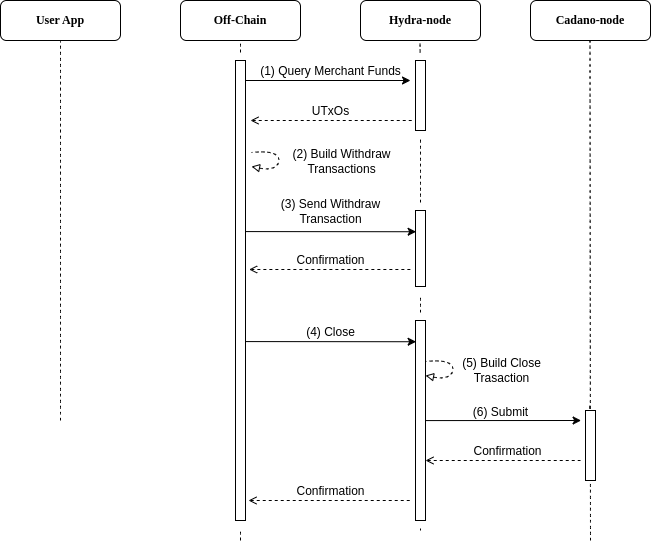
Earlier version of the draw.io export doc/img/diagram-close-head.png (blazarlabs-io/blazar-hydra). Source tidied: cells renumbered, new cells last; positions are measured from the earlier drawing's top-left corner, leaving out a move shared by most shapes.
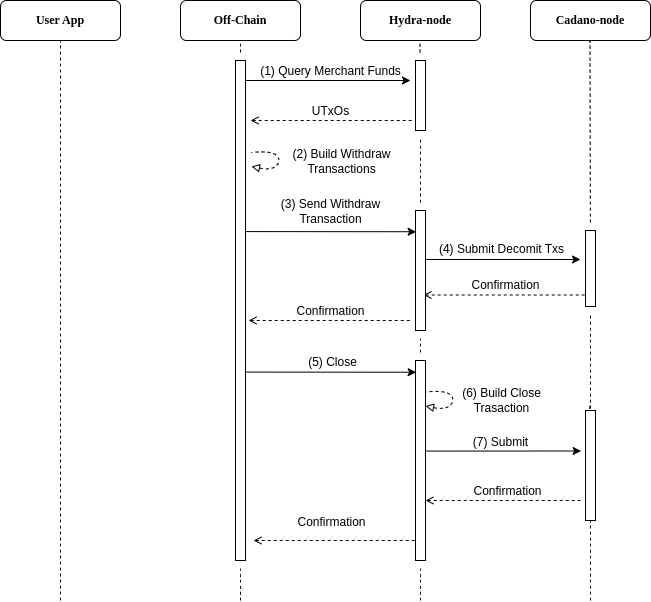
After the change.

Commit message:
Updates close head operation

What changed in the source:
```diff
@@ -2,9 +2,14 @@
   <root>
     <mxCell id="0" />
     <mxCell id="1" parent="0" />
+    <mxCell id="40" style="endArrow=none;dashed=1;html=1;rounded=0;startSize=14;endSize=14;sourcePerimeterSpacing=8;targetPerimeterSpacing=8;curved=1;" parent="1" edge="1" target="42">
+      <mxGeometry relative="1" as="geometry">
+        <mxPoint x="590" y="600" as="sourcePoint" />
+      </mxGeometry>
+    </mxCell>
     <mxCell id="2" style="endArrow=none;dashed=1;html=1;rounded=0;startSize=14;endSize=14;sourcePerimeterSpacing=8;targetPerimeterSpacing=8;curved=1;" parent="1" edge="1">
       <mxGeometry relative="1" as="geometry">
-        <mxPoint x="60" y="420" as="sourcePoint" />
+        <mxPoint x="60" y="600" as="sourcePoint" />
         <mxPoint x="60" y="40" as="targetPoint" />
       </mxGeometry>
     </mxCell>
@@ -27,9 +32,8 @@
     <mxCell id="7" value="&lt;font face=&quot;Lucida Console&quot;&gt;&lt;b&gt;Hydra-node&lt;/b&gt;&lt;br&gt;&lt;/font&gt;" style="rounded=1;whiteSpace=wrap;html=1;" parent="1" vertex="1">
       <mxGeometry x="360" width="120" height="40" as="geometry" />
     </mxCell>
-    <mxCell id="8" style="endArrow=none;dashed=1;html=1;rounded=0;startSize=14;endSize=14;sourcePerimeterSpacing=8;targetPerimeterSpacing=8;curved=1;" parent="1" edge="1">
+    <mxCell id="8" style="endArrow=none;dashed=1;html=1;rounded=0;startSize=14;endSize=14;sourcePerimeterSpacing=8;targetPerimeterSpacing=8;curved=1;" parent="1" edge="1" source="42">
       <mxGeometry relative="1" as="geometry">
-        <mxPoint x="590" y="540" as="sourcePoint" />
         <mxPoint x="589.5" y="40" as="targetPoint" />
       </mxGeometry>
     </mxCell>
@@ -38,11 +42,11 @@
     </mxCell>
     <mxCell id="10" style="endArrow=none;dashed=1;html=1;rounded=0;startSize=14;endSize=14;sourcePerimeterSpacing=8;targetPerimeterSpacing=8;curved=1;" parent="1" edge="1" target="11">
       <mxGeometry relative="1" as="geometry">
-        <mxPoint x="240" y="540" as="sourcePoint" />
+        <mxPoint x="240" y="600" as="sourcePoint" />
       </mxGeometry>
     </mxCell>
     <mxCell id="11" style="rounded=0;whiteSpace=wrap;html=1;" parent="1" vertex="1">
-      <mxGeometry x="235" y="60" width="10" height="460" as="geometry" />
+      <mxGeometry x="235" y="60" width="10" height="500" as="geometry" />
     </mxCell>
     <mxCell id="12" style="endArrow=none;dashed=1;html=1;rounded=0;startSize=14;endSize=14;sourcePerimeterSpacing=8;targetPerimeterSpacing=8;curved=1;" parent="1" edge="1" source="25" target="13">
       <mxGeometry relative="1" as="geometry" />
@@ -93,46 +97,48 @@
     </mxCell>
     <mxCell id="22" style="endArrow=none;html=1;rounded=0;entryX=0.2;entryY=0.071;entryDx=0;entryDy=0;entryPerimeter=0;startArrow=open;startFill=0;endFill=0;dashed=1;" parent="1" edge="1">
       <mxGeometry relative="1" as="geometry">
-        <mxPoint x="248.6" y="269" as="sourcePoint" />
-        <mxPoint x="410.6" y="269" as="targetPoint" />
+        <mxPoint x="423" y="294.5" as="sourcePoint" />
+        <mxPoint x="585" y="294.5" as="targetPoint" />
       </mxGeometry>
     </mxCell>
     <mxCell id="23" value="&lt;font face=&quot;Helvetica&quot; style=&quot;font-size: 12px;&quot;&gt;Confirmation&lt;/font&gt;" style="edgeLabel;html=1;align=center;verticalAlign=middle;" parent="1" vertex="1">
-      <mxGeometry x="329.6" y="259" as="geometry" />
+      <mxGeometry x="504" y="284.5" as="geometry" />
     </mxCell>
     <mxCell id="24" style="endArrow=none;dashed=1;html=1;rounded=0;startSize=14;endSize=14;sourcePerimeterSpacing=8;targetPerimeterSpacing=8;curved=1;" parent="1" edge="1" source="27" target="25">
       <mxGeometry relative="1" as="geometry" />
     </mxCell>
     <mxCell id="25" style="rounded=0;whiteSpace=wrap;html=1;" parent="1" vertex="1">
-      <mxGeometry x="415" y="210" width="10" height="76" as="geometry" />
+      <mxGeometry x="415" y="210" width="10" height="120" as="geometry" />
     </mxCell>
     <mxCell id="26" style="endArrow=none;dashed=1;html=1;rounded=0;startSize=14;endSize=14;sourcePerimeterSpacing=8;targetPerimeterSpacing=8;curved=1;" parent="1" edge="1" target="27">
       <mxGeometry relative="1" as="geometry">
-        <mxPoint x="420" y="530" as="sourcePoint" />
+        <mxPoint x="420" y="600" as="sourcePoint" />
       </mxGeometry>
     </mxCell>
     <mxCell id="27" style="rounded=0;whiteSpace=wrap;html=1;" parent="1" vertex="1">
-      <mxGeometry x="415" y="320" width="10" height="200" as="geometry" />
+      <mxGeometry x="415" y="360" width="10" height="200" as="geometry" />
     </mxCell>
     <mxCell id="28" style="endArrow=classic;html=1;rounded=0;exitX=0.938;exitY=0.618;exitDx=0;exitDy=0;exitPerimeter=0;" parent="1" edge="1">
       <mxGeometry relative="1" as="geometry">
-        <mxPoint x="245" y="341.1" as="sourcePoint" />
-        <mxPoint x="415.6" y="341.2" as="targetPoint" />
+        <mxPoint x="245" y="371.6" as="sourcePoint" />
+        <mxPoint x="415.6" y="371.7" as="targetPoint" />
       </mxGeometry>
     </mxCell>
-    <mxCell id="29" value="&lt;span style=&quot;font-size: 12px;&quot;&gt;(4) Close&lt;/span&gt;" style="edgeLabel;html=1;align=center;verticalAlign=middle;" parent="1" vertex="1">
-      <mxGeometry x="336" y="338" as="geometry">
-        <mxPoint x="-7" y="-7" as="offset" />
+    <mxCell id="29" value="&lt;span style=&quot;font-size: 12px;&quot;&gt;(5) Close&lt;/span&gt;" style="edgeLabel;html=1;align=center;verticalAlign=middle;" parent="1" vertex="1">
+      <mxGeometry x="336" y="368.5" as="geometry">
+        <mxPoint x="-5" y="-7" as="offset" />
       </mxGeometry>
     </mxCell>
     <mxCell id="30" style="endArrow=none;html=1;rounded=0;entryX=0.2;entryY=0.071;entryDx=0;entryDy=0;entryPerimeter=0;startArrow=open;startFill=0;endFill=0;dashed=1;" parent="1" edge="1">
       <mxGeometry relative="1" as="geometry">
-        <mxPoint x="248" y="500" as="sourcePoint" />
-        <mxPoint x="410" y="500" as="targetPoint" />
+        <mxPoint x="253" y="540" as="sourcePoint" />
+        <mxPoint x="415" y="540" as="targetPoint" />
       </mxGeometry>
     </mxCell>
     <mxCell id="31" value="&lt;font face=&quot;Helvetica&quot; style=&quot;font-size: 12px;&quot;&gt;Confirmation&lt;/font&gt;" style="edgeLabel;html=1;align=center;verticalAlign=middle;" parent="1" vertex="1">
-      <mxGeometry x="329" y="490" as="geometry" />
+      <mxGeometry x="340" y="570" as="geometry">
+        <mxPoint x="-10" y="-49" as="offset" />
+      </mxGeometry>
     </mxCell>
     <mxCell id="32" style="endArrow=none;dashed=1;html=1;rounded=0;startSize=14;endSize=14;sourcePerimeterSpacing=8;targetPerimeterSpacing=8;curved=1;" parent="1" edge="1" target="33">
       <mxGeometry relative="1" as="geometry">
@@ -140,41 +146,62 @@
       </mxGeometry>
     </mxCell>
     <mxCell id="33" style="rounded=0;whiteSpace=wrap;html=1;" parent="1" vertex="1">
-      <mxGeometry x="585" y="410" width="10" height="70" as="geometry" />
+      <mxGeometry x="585" y="410" width="10" height="110" as="geometry" />
     </mxCell>
     <mxCell id="34" style="endArrow=classic;html=1;rounded=0;exitX=0.938;exitY=0.618;exitDx=0;exitDy=0;exitPerimeter=0;" parent="1" edge="1">
       <mxGeometry relative="1" as="geometry">
-        <mxPoint x="425" y="420.1" as="sourcePoint" />
-        <mxPoint x="580.6" y="420" as="targetPoint" />
+        <mxPoint x="425" y="450.6" as="sourcePoint" />
+        <mxPoint x="580.6" y="450.5" as="targetPoint" />
       </mxGeometry>
     </mxCell>
-    <mxCell id="35" value="&lt;span style=&quot;font-size: 12px;&quot;&gt;(6) Submit&lt;/span&gt;" style="edgeLabel;html=1;align=center;verticalAlign=middle;" parent="1" vertex="1">
-      <mxGeometry x="510" y="410" as="geometry">
+    <mxCell id="35" value="&lt;span style=&quot;font-size: 12px;&quot;&gt;(7) Submit&lt;/span&gt;" style="edgeLabel;html=1;align=center;verticalAlign=middle;" parent="1" vertex="1">
+      <mxGeometry x="510" y="440.5" as="geometry">
         <mxPoint x="-11" y="1" as="offset" />
       </mxGeometry>
     </mxCell>
     <mxCell id="36" style="curved=1;endArrow=none;html=1;rounded=0;startArrow=block;startFill=0;endFill=0;dashed=1;arcSize=1;noJump=1;perimeterSpacing=10;" parent="1" edge="1">
       <mxGeometry relative="1" as="geometry">
-        <mxPoint x="425" y="375" as="sourcePoint" />
-        <mxPoint x="425" y="361" as="targetPoint" />
+        <mxPoint x="425" y="405.5" as="sourcePoint" />
+        <mxPoint x="425" y="391.5" as="targetPoint" />
         <Array as="points">
-          <mxPoint x="445" y="379" />
-          <mxPoint x="455" y="369" />
-          <mxPoint x="445" y="359" />
+          <mxPoint x="445" y="409.5" />
+          <mxPoint x="455" y="399.5" />
+          <mxPoint x="445" y="389.5" />
         </Array>
       </mxGeometry>
     </mxCell>
-    <mxCell id="37" value="&lt;span style=&quot;font-size: 12px;&quot;&gt;(5) Build Close&lt;/span&gt;&lt;div&gt;&lt;span style=&quot;font-size: 12px;&quot;&gt;Trasaction&lt;/span&gt;&lt;/div&gt;" style="edgeLabel;html=1;align=center;verticalAlign=middle;" parent="1" vertex="1">
-      <mxGeometry x="500" y="369" as="geometry" />
+    <mxCell id="37" value="&lt;span style=&quot;font-size: 12px;&quot;&gt;(6) Build Close&lt;/span&gt;&lt;div&gt;&lt;span style=&quot;font-size: 12px;&quot;&gt;Trasaction&lt;/span&gt;&lt;/div&gt;" style="edgeLabel;html=1;align=center;verticalAlign=middle;" parent="1" vertex="1">
+      <mxGeometry x="500" y="399.5" as="geometry" />
     </mxCell>
     <mxCell id="38" style="endArrow=none;html=1;rounded=0;startArrow=open;startFill=0;endFill=0;dashed=1;" parent="1" edge="1">
       <mxGeometry relative="1" as="geometry">
-        <mxPoint x="425" y="460" as="sourcePoint" />
-        <mxPoint x="580" y="460" as="targetPoint" />
+        <mxPoint x="425" y="500" as="sourcePoint" />
+        <mxPoint x="580" y="500" as="targetPoint" />
       </mxGeometry>
     </mxCell>
     <mxCell id="39" value="&lt;font face=&quot;Helvetica&quot; style=&quot;font-size: 12px;&quot;&gt;Confirmation&lt;/font&gt;" style="edgeLabel;html=1;align=center;verticalAlign=middle;" parent="1" vertex="1">
-      <mxGeometry x="506" y="450" as="geometry" />
+      <mxGeometry x="506" y="490" as="geometry" />
     </mxCell>
+    <mxCell id="41" style="endArrow=classic;html=1;rounded=0;exitX=0.938;exitY=0.618;exitDx=0;exitDy=0;exitPerimeter=0;" parent="1" edge="1">
+      <mxGeometry relative="1" as="geometry">
+        <mxPoint x="425" y="259" as="sourcePoint" />
+        <mxPoint x="580" y="259" as="targetPoint" />
+      </mxGeometry>
+    </mxCell>
+    <mxCell id="42" style="rounded=0;whiteSpace=wrap;html=1;" parent="1" vertex="1">
+      <mxGeometry x="585" y="230" width="10" height="76" as="geometry" />
+    </mxCell>
+    <mxCell id="43" value="&lt;span style=&quot;font-size: 12px;&quot;&gt;(4) Submit Decomit Txs&lt;/span&gt;" style="edgeLabel;html=1;align=center;verticalAlign=middle;" parent="1" vertex="1">
+      <mxGeometry x="500" y="248" as="geometry" />
+    </mxCell>
+    <mxCell id="44" style="endArrow=none;html=1;rounded=0;entryX=0.2;entryY=0.071;entryDx=0;entryDy=0;entryPerimeter=0;startArrow=open;startFill=0;endFill=0;dashed=1;" parent="1" edge="1">
+      <mxGeometry relative="1" as="geometry">
+        <mxPoint x="248" y="320" as="sourcePoint" />
+        <mxPoint x="410" y="320" as="targetPoint" />
+      </mxGeometry>
+    </mxCell>
+    <mxCell id="45" value="&lt;font face=&quot;Helvetica&quot; style=&quot;font-size: 12px;&quot;&gt;Confirmation&lt;/font&gt;" style="edgeLabel;html=1;align=center;verticalAlign=middle;" parent="1" vertex="1">
+      <mxGeometry x="329" y="310" as="geometry" />
+    </mxCell>
   </root>
 </mxGraphModel>
```
